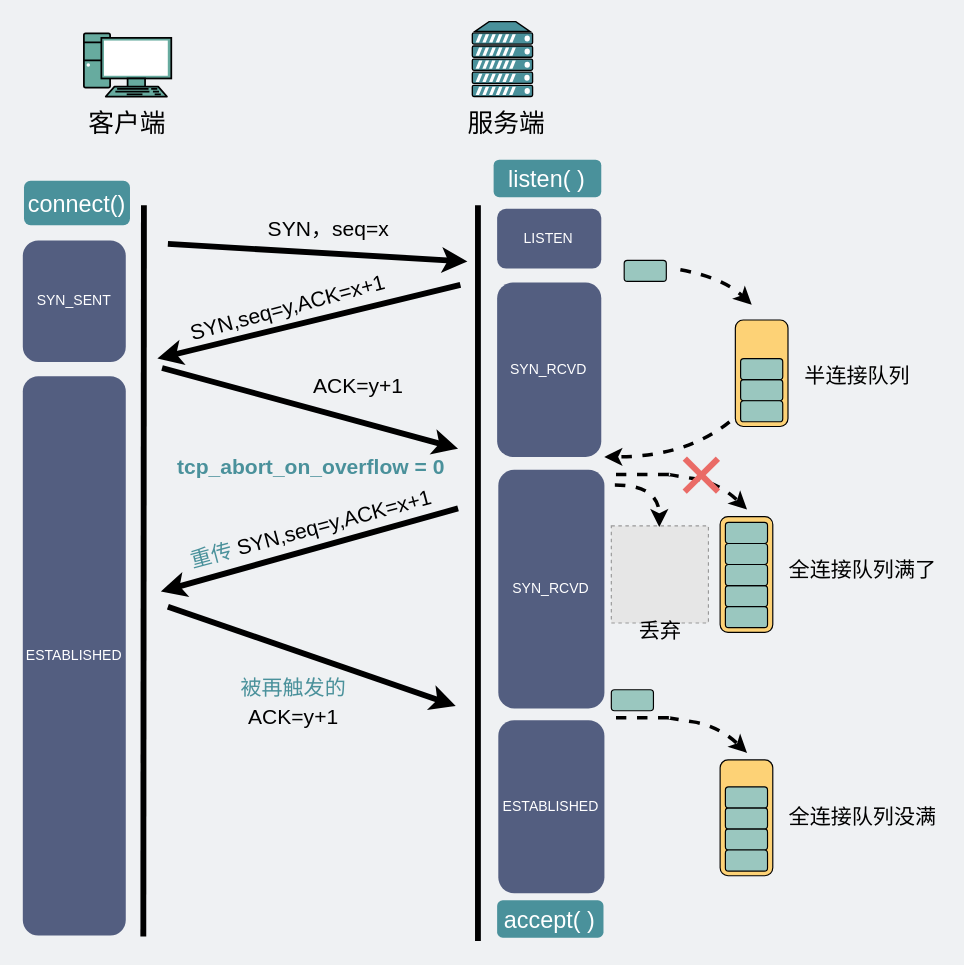
This is network/tcp_abort_on_overflow为1.drawio from xiaobaiTech/image, a draw.io file, before an edit. Source tidied: cells renumbered, new cells numbered last; positions are measured from the earlier drawing's top-left corner, leaving out a move shared by most shapes. Both pictures are drawn from the tidied source at 117%, with x=0, y=0 at pixel (22, 21). Pictures stored in the file or linked from it are replaced by grey dashed boxes.
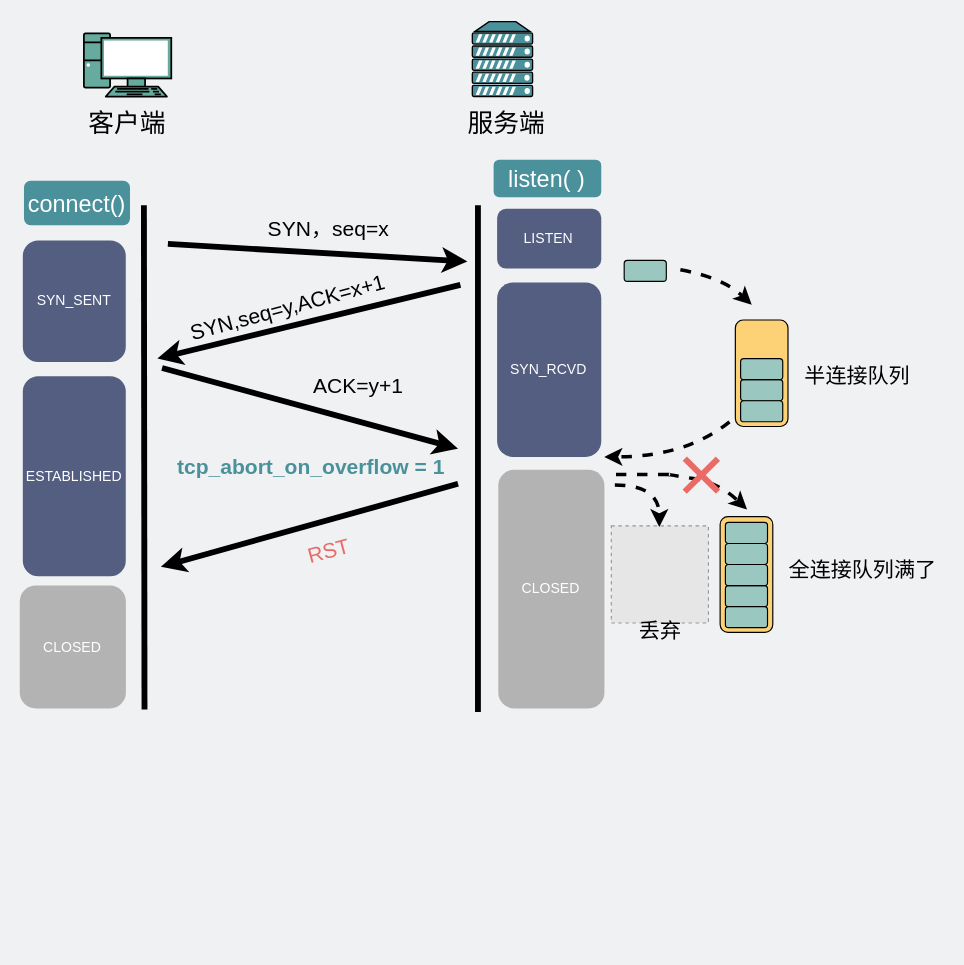
The same page after the edit.

The edit, as a diff of the source:
```diff
@@
     <mxCell id="6" style="endArrow=none;html=1;strokeWidth=5;" parent="1" edge="1">
       <mxGeometry relative="1" as="geometry">
-        <mxPoint x="103" y="782" as="sourcePoint" />
+        <mxPoint x="104" y="588" as="sourcePoint" />
         <mxPoint x="103.5" y="157" as="targetPoint" />
       </mxGeometry>
     </mxCell>
@@
-    <mxCell id="14" value="SYN_RCVD" style="rounded=1;whiteSpace=wrap;html=1;dashed=1;strokeWidth=3;strokeColor=none;fillColor=#535E80;fontColor=#FFFFFF;" parent="1" vertex="1">
+    <mxCell id="14" value="CLOSED" style="rounded=1;whiteSpace=wrap;html=1;dashed=1;strokeWidth=3;strokeColor=none;fillColor=#B3B3B3;fontColor=#FFFFFF;" parent="1" vertex="1">
       <mxGeometry x="406.4" y="383" width="90.7" height="204" as="geometry" />
     </mxCell>
     <mxCell id="15" value="ESTABLISHED" style="rounded=1;whiteSpace=wrap;html=1;dashed=1;strokeWidth=3;fillColor=#535E80;strokeColor=none;fontColor=#FFFFFF;" parent="1" vertex="1">
-      <mxGeometry y="303" width="88" height="478" as="geometry" />
+      <mxGeometry y="303" width="88" height="171" as="geometry" />
     </mxCell>
@@
     <mxCell id="18" style="endArrow=none;html=1;strokeWidth=5;" parent="1" edge="1">
       <mxGeometry relative="1" as="geometry">
-        <mxPoint x="389" y="785.7" as="sourcePoint" />
+        <mxPoint x="389" y="590" as="sourcePoint" />
         <mxPoint x="389" y="157" as="targetPoint" />
       </mxGeometry>
     </mxCell>
@@
-    <mxCell id="22" value="&lt;span style=&quot;font-size: 20px&quot;&gt;accept( )&lt;/span&gt;" style="rounded=1;whiteSpace=wrap;html=1;strokeColor=none;fontColor=#FFFFFF;fillColor=#4A919B;" parent="1" vertex="1">
-      <mxGeometry x="405.4" y="751" width="90.9" height="32" as="geometry" />
-    </mxCell>
@@
-    <mxCell id="43" value="&lt;font style=&quot;font-size: 18px&quot; color=&quot;#4a919b&quot;&gt;&lt;b&gt;tcp_abort_on_overflow = 0&lt;/b&gt;&lt;/font&gt;" style="text;html=1;strokeColor=none;fillColor=none;align=center;verticalAlign=middle;whiteSpace=wrap;rounded=0;" parent="1" vertex="1">
+    <mxCell id="43" value="&lt;font style=&quot;font-size: 18px&quot; color=&quot;#4a919b&quot;&gt;&lt;b&gt;tcp_abort_on_overflow = 1&lt;/b&gt;&lt;/font&gt;" style="text;html=1;strokeColor=none;fillColor=none;align=center;verticalAlign=middle;whiteSpace=wrap;rounded=0;" parent="1" vertex="1">
       <mxGeometry x="116" y="362" width="261" height="38" as="geometry" />
     </mxCell>
-    <mxCell id="44" value="&lt;font style=&quot;font-size: 18px&quot;&gt;&lt;font color=&quot;#4a919b&quot;&gt;重传&lt;/font&gt; SYN,seq=y,ACK=x+1&lt;/font&gt;" style="text;html=1;strokeColor=none;fillColor=none;align=center;verticalAlign=middle;whiteSpace=wrap;rounded=0;fontSize=20;rotation=-15;" parent="1" vertex="1">
-      <mxGeometry x="112" y="417" width="269" height="32" as="geometry" />
+    <mxCell id="44" value="&lt;span style=&quot;font-size: 18px&quot;&gt;&lt;font color=&quot;#ea6b66&quot;&gt;RST&lt;/font&gt;&lt;/span&gt;" style="text;html=1;strokeColor=none;fillColor=none;align=center;verticalAlign=middle;whiteSpace=wrap;rounded=0;fontSize=20;rotation=-15;" parent="1" vertex="1">
+      <mxGeometry x="127" y="436" width="269" height="32" as="geometry" />
     </mxCell>
     <mxCell id="45" style="endArrow=none;html=1;strokeWidth=5;startArrow=classic;startFill=1;endFill=0;" parent="1" edge="1">
       <mxGeometry relative="1" as="geometry">
-        <mxPoint x="118" y="487" as="sourcePoint" />
-        <mxPoint x="372" y="416" as="targetPoint" />
+        <mxPoint x="118" y="466" as="sourcePoint" />
+        <mxPoint x="372" y="395" as="targetPoint" />
       </mxGeometry>
     </mxCell>
-    <mxCell id="46" style="endArrow=classic;html=1;strokeWidth=5;" parent="1" edge="1">
-      <mxGeometry relative="1" as="geometry">
-        <mxPoint x="124" y="500" as="sourcePoint" />
-        <mxPoint x="370" y="585" as="targetPoint" />
-      </mxGeometry>
-    </mxCell>
-    <mxCell id="47" value="&lt;font style=&quot;font-size: 18px&quot;&gt;全连接队列没满&lt;/font&gt;" style="text;html=1;strokeColor=none;fillColor=none;align=center;verticalAlign=middle;whiteSpace=wrap;rounded=0;" parent="1" vertex="1">
-      <mxGeometry x="647.8" y="654" width="140" height="51" as="geometry" />
-    </mxCell>
-    <mxCell id="48" style="rounded=1;whiteSpace=wrap;html=1;fillColor=#FDD276;" parent="1" vertex="1">
-      <mxGeometry x="596" y="631" width="45" height="99" as="geometry" />
-    </mxCell>
-    <mxCell id="49" style="rounded=1;whiteSpace=wrap;html=1;fillColor=#9AC7BF;" parent="1" vertex="1">
-      <mxGeometry x="600.5" y="690" width="36" height="18" as="geometry" />
-    </mxCell>
-    <mxCell id="50" style="rounded=1;whiteSpace=wrap;html=1;fillColor=#9AC7BF;" parent="1" vertex="1">
-      <mxGeometry x="600.5" y="708" width="36" height="18" as="geometry" />
-    </mxCell>
-    <mxCell id="51" style="rounded=1;whiteSpace=wrap;html=1;fillColor=#9AC7BF;" parent="1" vertex="1">
-      <mxGeometry x="600.5" y="672" width="36" height="18" as="geometry" />
-    </mxCell>
-    <mxCell id="52" style="curved=1;endArrow=classic;html=1;fontColor=#4A919B;dashed=1;strokeWidth=3;startArrow=none;" parent="1" edge="1">
-      <mxGeometry relative="1" as="geometry">
-        <mxPoint x="552" y="595" as="sourcePoint" />
-        <mxPoint x="619" y="625" as="targetPoint" />
-        <Array as="points">
-          <mxPoint x="551" y="595" />
-          <mxPoint x="595" y="602" />
-        </Array>
-      </mxGeometry>
-    </mxCell>
-    <mxCell id="53" style="rounded=1;whiteSpace=wrap;html=1;fillColor=#9AC7BF;" parent="1" vertex="1">
-      <mxGeometry x="600.5" y="654" width="36" height="18" as="geometry" />
-    </mxCell>
-    <mxCell id="54" style="curved=1;endArrow=none;html=1;fontColor=#4A919B;dashed=1;strokeWidth=3;" parent="1" edge="1">
-      <mxGeometry relative="1" as="geometry">
-        <mxPoint x="507" y="595" as="sourcePoint" />
-        <mxPoint x="552" y="595" as="targetPoint" />
-      </mxGeometry>
-    </mxCell>
-    <mxCell id="55" value="ESTABLISHED" style="rounded=1;whiteSpace=wrap;html=1;dashed=1;strokeWidth=3;strokeColor=none;fillColor=#535E80;fontColor=#FFFFFF;" parent="1" vertex="1">
-      <mxGeometry x="406.4" y="597" width="90.7" height="148" as="geometry" />
-    </mxCell>
-    <mxCell id="56" style="rounded=1;whiteSpace=wrap;html=1;fillColor=#9AC7BF;" parent="1" vertex="1">
-      <mxGeometry x="503" y="571" width="36" height="18" as="geometry" />
-    </mxCell>
-    <mxCell id="57" value="&lt;font style=&quot;font-size: 18px&quot;&gt;&lt;font color=&quot;#4a919b&quot;&gt;被再触发的&lt;br&gt;&lt;/font&gt;ACK=y+1&lt;/font&gt;" style="text;html=1;strokeColor=none;fillColor=none;align=center;verticalAlign=middle;whiteSpace=wrap;rounded=0;dashed=1;fontSize=20;rotation=0;" parent="1" vertex="1">
-      <mxGeometry x="124" y="571" width="215" height="20" as="geometry" />
-    </mxCell>
+    <mxCell id="58" value="CLOSED" style="rounded=1;whiteSpace=wrap;html=1;dashed=1;strokeWidth=3;strokeColor=none;fillColor=#B3B3B3;fontColor=#FFFFFF;" parent="1" vertex="1">
+      <mxGeometry x="-2.6" y="482" width="90.7" height="105" as="geometry" />
+    </mxCell>
```
